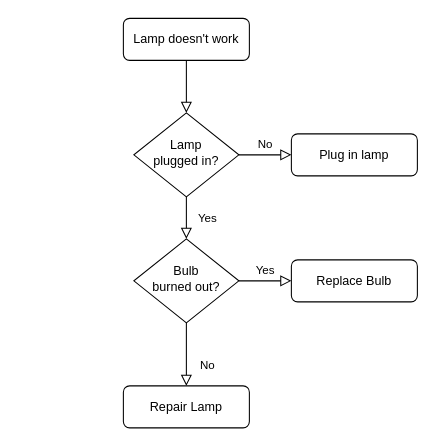
The draw.io diagram Untitled Diagram.drawio in rghp13/Push_Swap, before the edit. Source tidied: cells renumbered, new cells numbered last; positions are measured from the earlier drawing's top-left corner, leaving out a move shared by most shapes. Both pictures are drawn from the tidied source at 105%, with x=0, y=0 at pixel (123, 18).
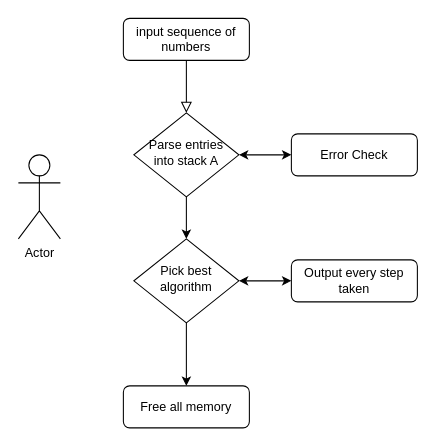
After the change.

Change to the diagram source:
```diff
@@
 <mxGraphModel>
   <root>
     <mxCell id="0" />
     <mxCell id="1" parent="0" />
     <mxCell id="2" style="rounded=0;html=1;jettySize=auto;fontSize=11;endArrow=block;endFill=0;endSize=8;strokeWidth=1;shadow=0;labelBackgroundColor=none;edgeStyle=orthogonalEdgeStyle;" parent="1" edge="1" source="3" target="6">
       <mxGeometry relative="1" as="geometry" />
     </mxCell>
-    <mxCell id="3" value="Lamp doesn't work" style="rounded=1;whiteSpace=wrap;html=1;fontSize=12;glass=0;strokeWidth=1;shadow=0;" parent="1" vertex="1">
+    <mxCell id="3" value="input sequence of numbers" style="rounded=1;whiteSpace=wrap;html=1;fontSize=12;glass=0;strokeWidth=1;shadow=0;" parent="1" vertex="1">
       <mxGeometry width="120" height="40" as="geometry" />
     </mxCell>
-    <mxCell id="4" value="Yes" style="rounded=0;html=1;jettySize=auto;fontSize=11;endArrow=block;endFill=0;endSize=8;strokeWidth=1;shadow=0;labelBackgroundColor=none;edgeStyle=orthogonalEdgeStyle;" parent="1" edge="1" source="6" target="10">
-      <mxGeometry y="20" relative="1" as="geometry" />
-    </mxCell>
-    <mxCell id="5" value="No" style="edgeStyle=orthogonalEdgeStyle;rounded=0;html=1;jettySize=auto;fontSize=11;endArrow=block;endFill=0;endSize=8;strokeWidth=1;shadow=0;labelBackgroundColor=none;" parent="1" edge="1" source="6" target="7">
-      <mxGeometry y="10" relative="1" as="geometry" />
-    </mxCell>
-    <mxCell id="6" value="Lamp&lt;br&gt;plugged in?" style="rhombus;whiteSpace=wrap;html=1;shadow=0;fontFamily=Helvetica;fontSize=12;align=center;strokeWidth=1;spacing=6;spacingTop=-4;" parent="1" vertex="1">
+    <mxCell id="6" value="Parse entries into stack A" style="rhombus;whiteSpace=wrap;html=1;shadow=0;fontFamily=Helvetica;fontSize=12;align=center;strokeWidth=1;spacing=6;spacingTop=-4;" parent="1" vertex="1">
       <mxGeometry x="10" y="90" width="100" height="80" as="geometry" />
     </mxCell>
-    <mxCell id="7" value="Plug in lamp" style="rounded=1;whiteSpace=wrap;html=1;fontSize=12;glass=0;strokeWidth=1;shadow=0;" parent="1" vertex="1">
+    <mxCell id="7" value="Error Check" style="rounded=1;whiteSpace=wrap;html=1;fontSize=12;glass=0;strokeWidth=1;shadow=0;" parent="1" vertex="1">
       <mxGeometry x="160" y="110" width="120" height="40" as="geometry" />
     </mxCell>
-    <mxCell id="8" value="No" style="rounded=0;html=1;jettySize=auto;fontSize=11;endArrow=block;endFill=0;endSize=8;strokeWidth=1;shadow=0;labelBackgroundColor=none;edgeStyle=orthogonalEdgeStyle;" parent="1" edge="1" source="10" target="11">
-      <mxGeometry x="0.33" y="20" relative="1" as="geometry" />
-    </mxCell>
-    <mxCell id="9" value="Yes" style="edgeStyle=orthogonalEdgeStyle;rounded=0;html=1;jettySize=auto;fontSize=11;endArrow=block;endFill=0;endSize=8;strokeWidth=1;shadow=0;labelBackgroundColor=none;" parent="1" edge="1" source="10" target="12">
-      <mxGeometry y="10" relative="1" as="geometry" />
-    </mxCell>
-    <mxCell id="10" value="Bulb&lt;br&gt;burned out?" style="rhombus;whiteSpace=wrap;html=1;shadow=0;fontFamily=Helvetica;fontSize=12;align=center;strokeWidth=1;spacing=6;spacingTop=-4;" parent="1" vertex="1">
+    <mxCell id="10" value="Pick best algorithm" style="rhombus;whiteSpace=wrap;html=1;shadow=0;fontFamily=Helvetica;fontSize=12;align=center;strokeWidth=1;spacing=6;spacingTop=-4;" parent="1" vertex="1">
       <mxGeometry x="10" y="210" width="100" height="80" as="geometry" />
     </mxCell>
-    <mxCell id="11" value="Repair Lamp" style="rounded=1;whiteSpace=wrap;html=1;fontSize=12;glass=0;strokeWidth=1;shadow=0;" parent="1" vertex="1">
+    <mxCell id="11" value="Free all memory" style="rounded=1;whiteSpace=wrap;html=1;fontSize=12;glass=0;strokeWidth=1;shadow=0;" parent="1" vertex="1">
       <mxGeometry y="350" width="120" height="40" as="geometry" />
     </mxCell>
-    <mxCell id="12" value="Replace Bulb" style="rounded=1;whiteSpace=wrap;html=1;fontSize=12;glass=0;strokeWidth=1;shadow=0;" parent="1" vertex="1">
+    <mxCell id="12" value="Output every step taken" style="rounded=1;whiteSpace=wrap;html=1;fontSize=12;glass=0;strokeWidth=1;shadow=0;" parent="1" vertex="1">
       <mxGeometry x="160" y="230" width="120" height="40" as="geometry" />
     </mxCell>
+    <mxCell id="5" style="endArrow=classic;startArrow=classic;html=1;" parent="1" edge="1" source="6" target="7">
+      <mxGeometry relative="1" as="geometry" />
+    </mxCell>
+    <mxCell id="4" style="endArrow=classic;html=1;" parent="1" edge="1" source="6" target="10">
+      <mxGeometry relative="1" as="geometry" />
+    </mxCell>
+    <mxCell id="9" style="endArrow=classic;startArrow=classic;html=1;" parent="1" edge="1" source="10" target="12">
+      <mxGeometry relative="1" as="geometry" />
+    </mxCell>
+    <mxCell id="8" style="endArrow=classic;html=1;" parent="1" edge="1" source="10" target="11">
+      <mxGeometry relative="1" as="geometry" />
+    </mxCell>
+    <mxCell id="13" value="Actor" style="shape=umlActor;verticalLabelPosition=bottom;verticalAlign=top;html=1;" parent="1" vertex="1">
+      <mxGeometry x="-100" y="130" width="40" height="80" as="geometry" />
+    </mxCell>
   </root>
 </mxGraphModel>
```
